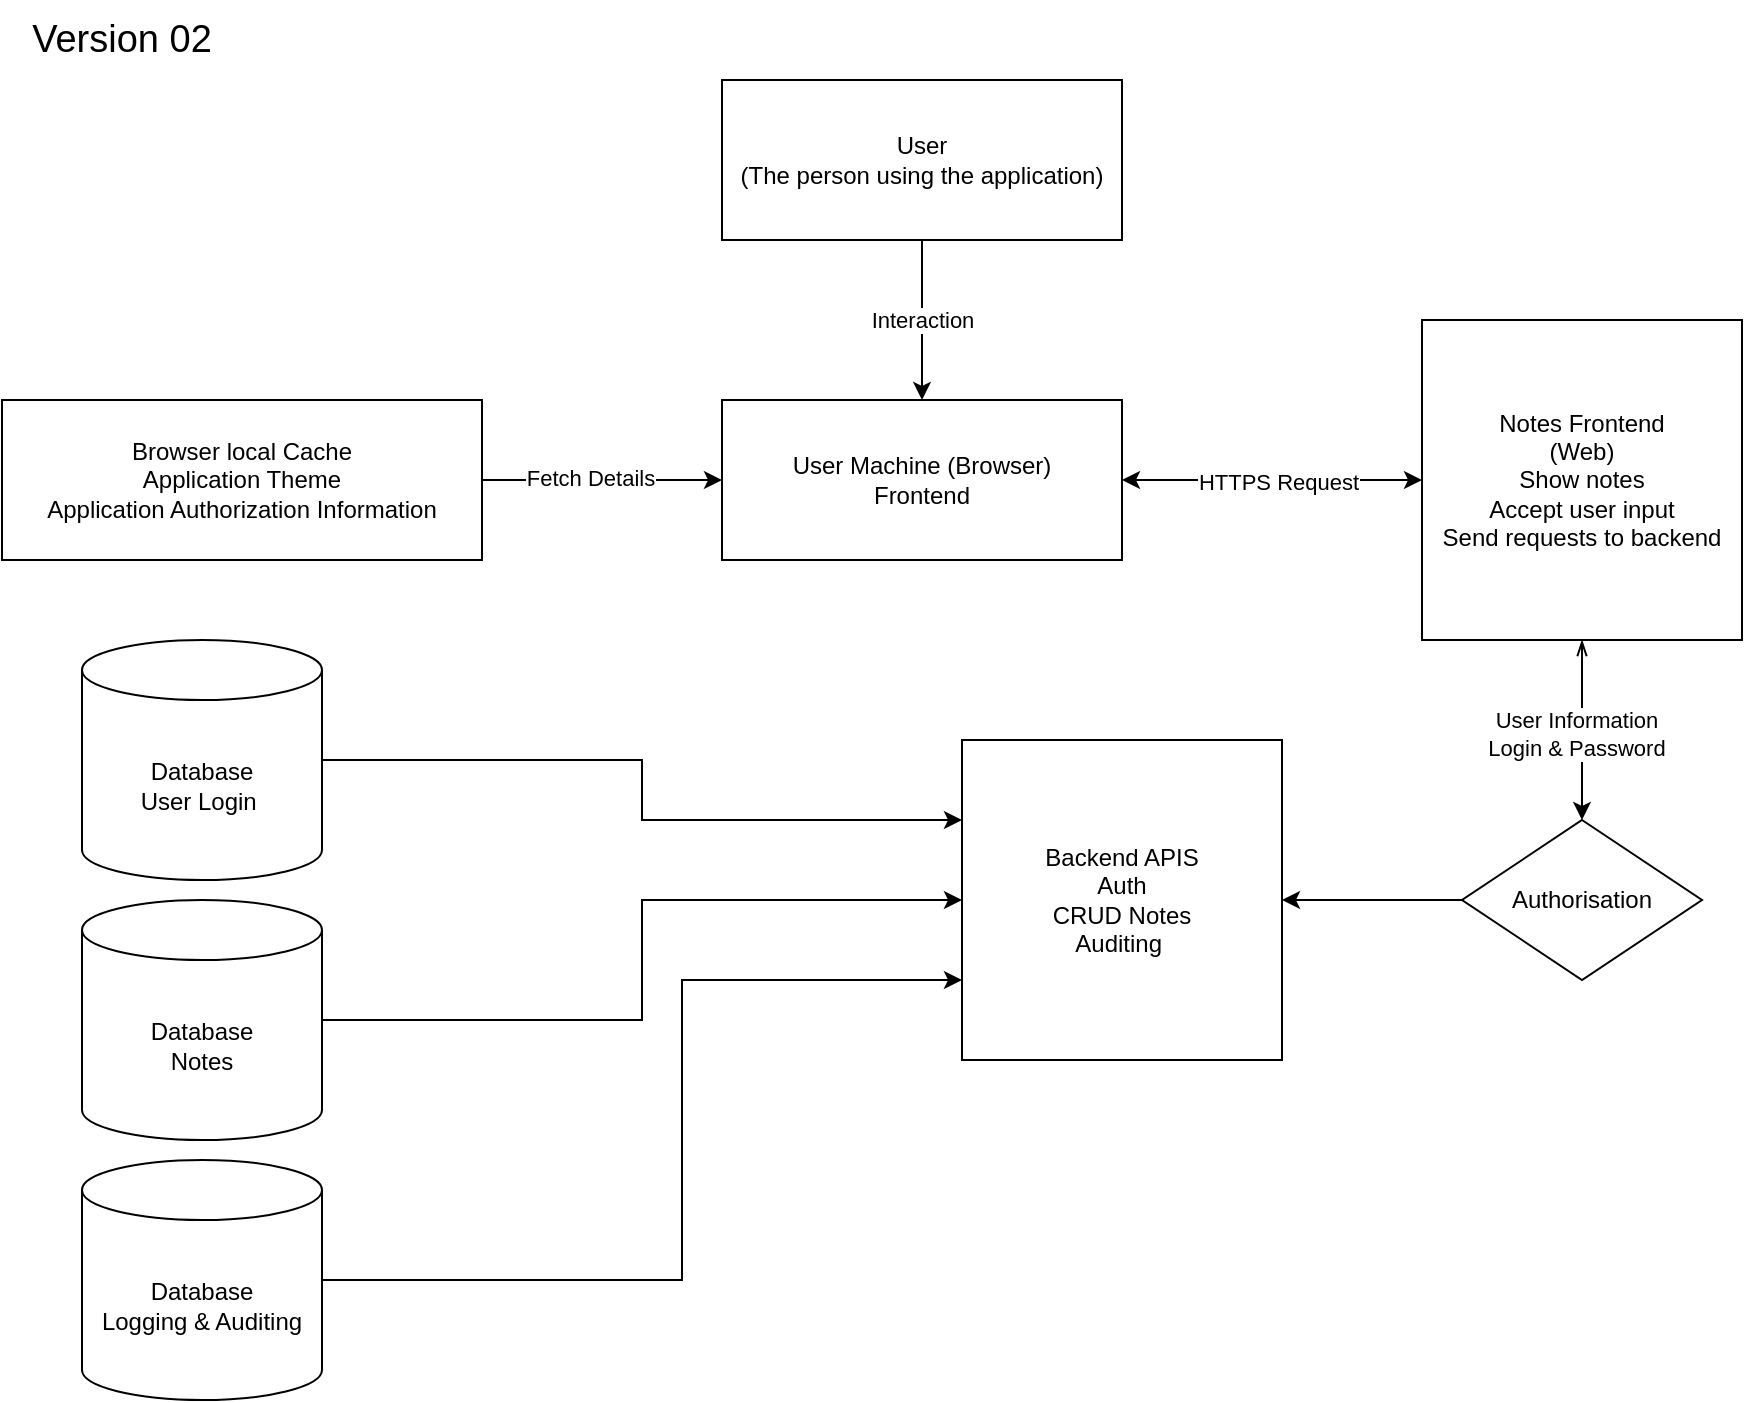
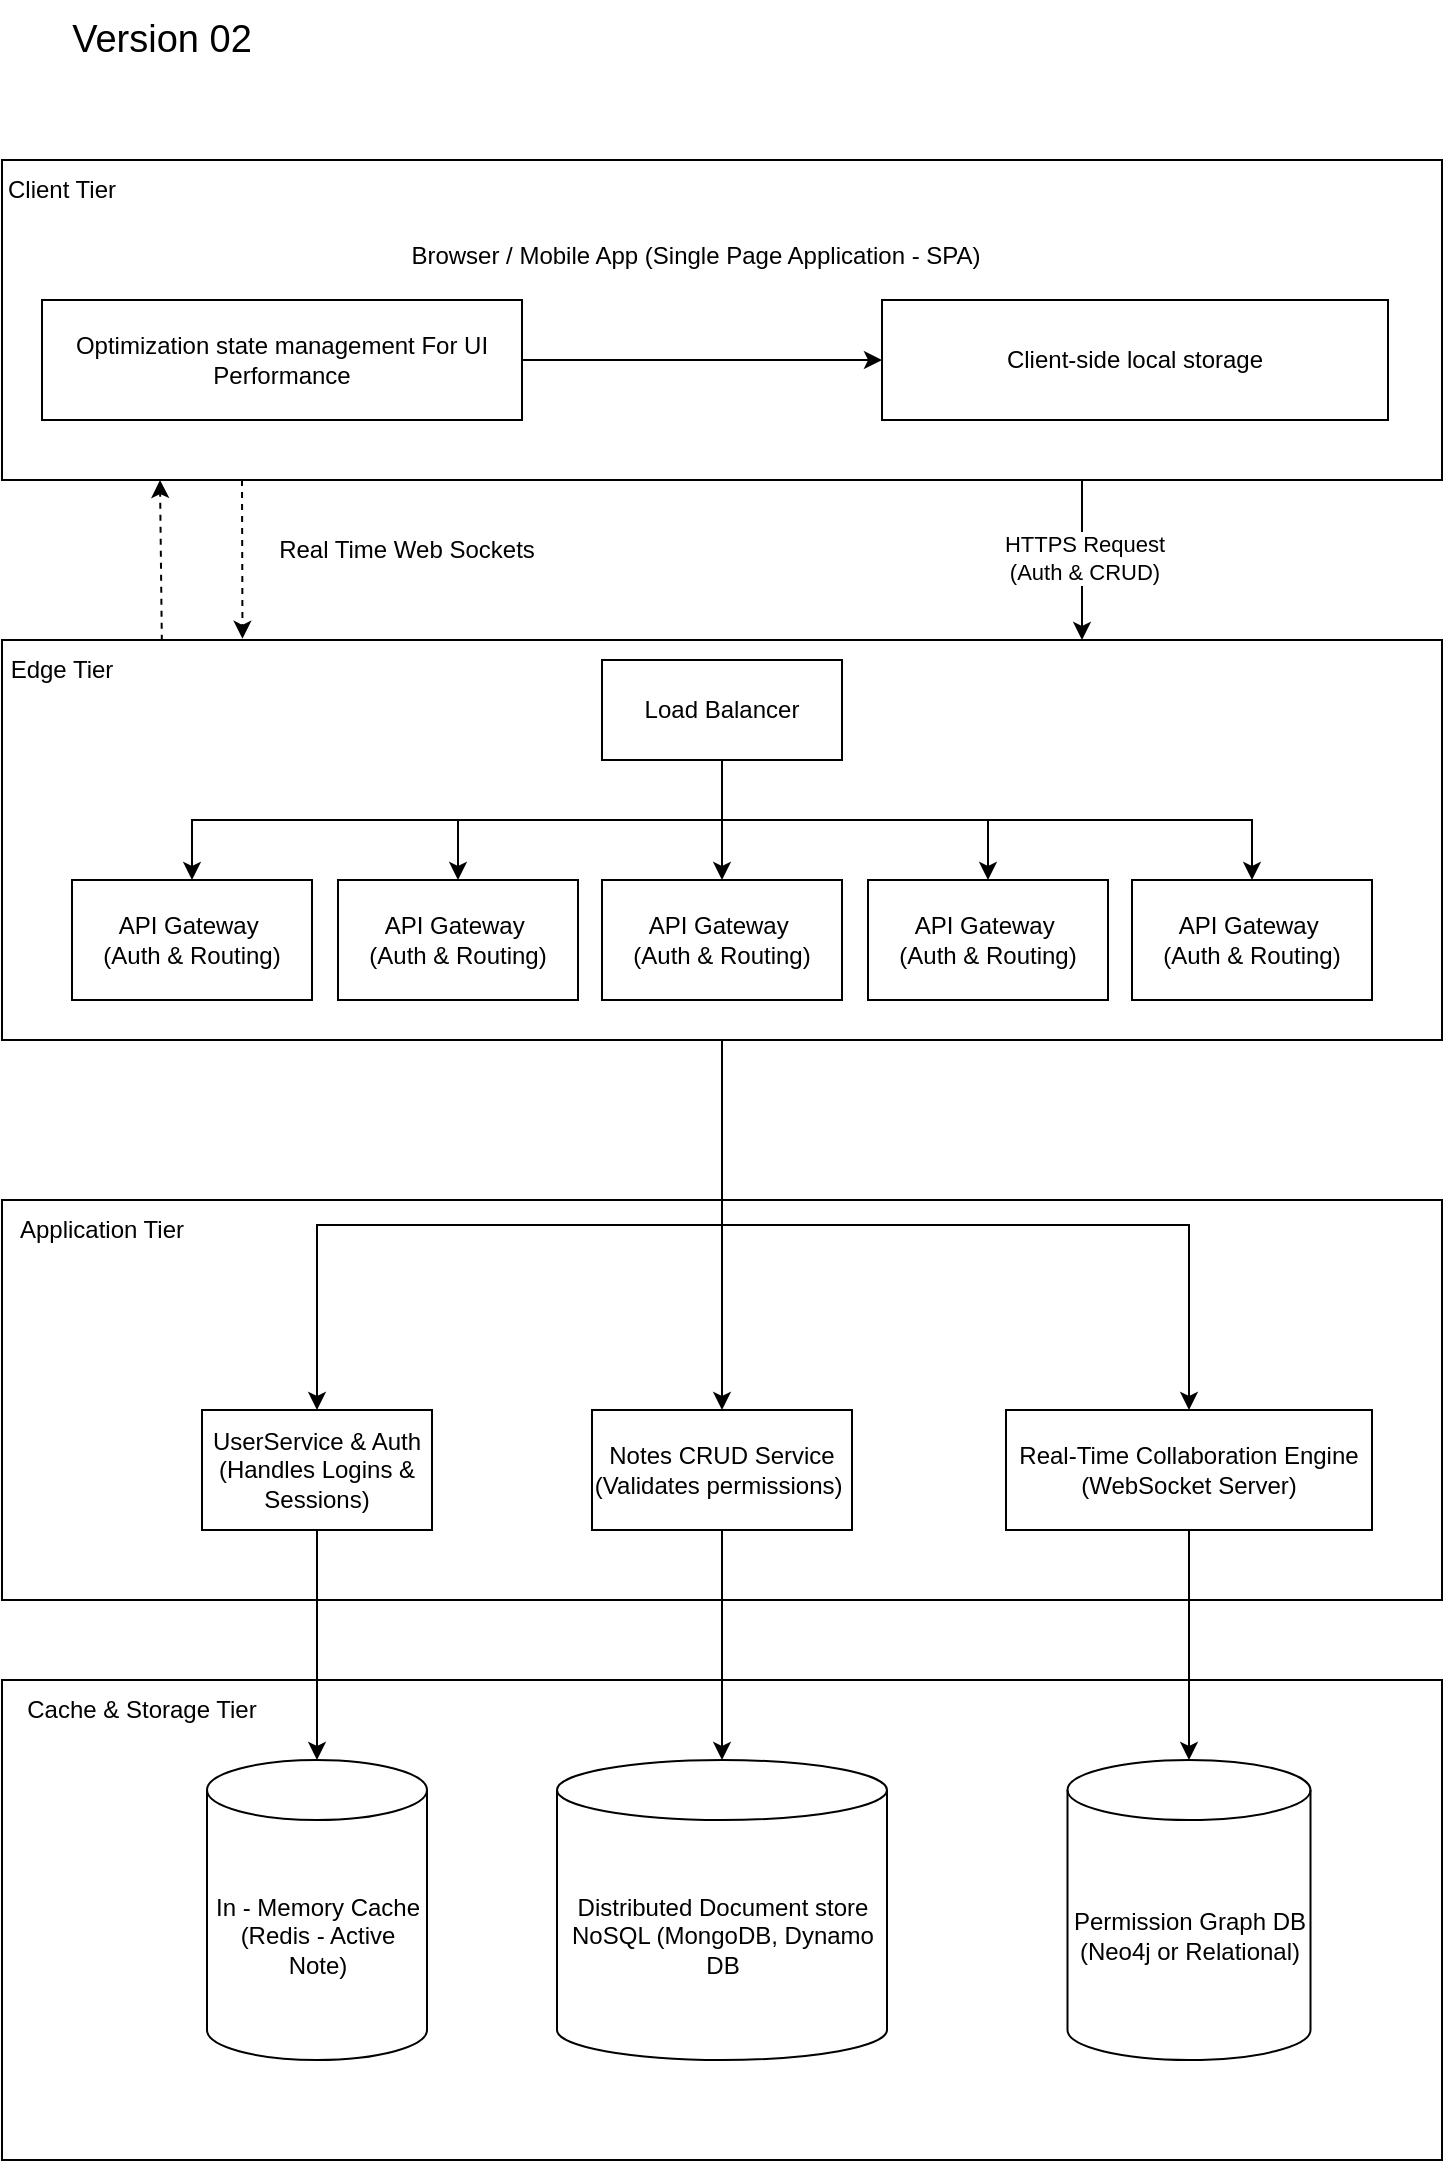
<mxfile host="app.diagrams.net">
  <diagram name="Page-1" id="eH7A5uFUdevFW9T4GL6N">
-     <mxGraphModel dx="2298" dy="1972" grid="1" gridSize="10" guides="1" tooltips="1" connect="1" arrows="1" fold="1" page="1" pageScale="1" pageWidth="827" pageHeight="1169" math="0" shadow="0">
+     <mxGraphModel dx="1911" dy="1766" grid="1" gridSize="10" guides="1" tooltips="1" connect="1" arrows="1" fold="1" page="1" pageScale="1" pageWidth="827" pageHeight="1169" math="0" shadow="0">
      <root>
        <mxCell id="0" />
        <mxCell id="1" parent="0" />
-         <mxCell id="0WJ-O-NK48m0enTMuQhX-1" parent="1" style="rounded=0;whiteSpace=wrap;html=1;" value="User&lt;br&gt;(The person using the application)" vertex="1">
-           <mxGeometry height="80" width="200" x="280" y="-120" as="geometry" />
+         <mxCell id="0WJ-O-NK48m0enTMuQhX-74" parent="1" style="rounded=0;whiteSpace=wrap;html=1;" value="" vertex="1">
+           <mxGeometry height="200" width="720" x="-760" y="-520" as="geometry" />
        </mxCell>
-         <mxCell id="0WJ-O-NK48m0enTMuQhX-32" edge="1" parent="1" source="0WJ-O-NK48m0enTMuQhX-2" style="edgeStyle=orthogonalEdgeStyle;rounded=0;orthogonalLoop=1;jettySize=auto;html=1;entryX=1;entryY=0.5;entryDx=0;entryDy=0;startArrow=classic;startFill=1;" target="0WJ-O-NK48m0enTMuQhX-15">
+         <mxCell id="0WJ-O-NK48m0enTMuQhX-100" edge="1" parent="1" source="0WJ-O-NK48m0enTMuQhX-67" style="edgeStyle=orthogonalEdgeStyle;rounded=0;orthogonalLoop=1;jettySize=auto;html=1;exitX=0.75;exitY=1;exitDx=0;exitDy=0;entryX=0.75;entryY=0;entryDx=0;entryDy=0;" target="0WJ-O-NK48m0enTMuQhX-69">
          <mxGeometry relative="1" as="geometry" />
        </mxCell>
-         <mxCell id="0WJ-O-NK48m0enTMuQhX-33" connectable="0" parent="0WJ-O-NK48m0enTMuQhX-32" style="edgeLabel;html=1;align=center;verticalAlign=middle;resizable=0;points=[];" value="HTTPS Request" vertex="1">
-           <mxGeometry relative="1" x="-0.0427" y="1" as="geometry">
+         <mxCell id="0WJ-O-NK48m0enTMuQhX-101" connectable="0" parent="0WJ-O-NK48m0enTMuQhX-100" style="edgeLabel;html=1;align=center;verticalAlign=middle;resizable=0;points=[];" value="HTTPS R&lt;span style=&quot;background-color: light-dark(#ffffff, var(--ge-dark-color, #121212)); color: light-dark(rgb(0, 0, 0), rgb(255, 255, 255));&quot;&gt;equest&lt;/span&gt;&lt;div&gt;&lt;span style=&quot;background-color: light-dark(#ffffff, var(--ge-dark-color, #121212)); color: light-dark(rgb(0, 0, 0), rgb(255, 255, 255));&quot;&gt;(Auth &amp;amp; CRUD)&lt;/span&gt;&lt;/div&gt;" vertex="1">
+           <mxGeometry relative="1" x="-0.0197" y="1" as="geometry">
            <mxPoint as="offset" />
          </mxGeometry>
        </mxCell>
-         <mxCell id="0WJ-O-NK48m0enTMuQhX-43" edge="1" parent="1" source="0WJ-O-NK48m0enTMuQhX-2" style="edgeStyle=orthogonalEdgeStyle;rounded=0;orthogonalLoop=1;jettySize=auto;html=1;exitX=0.5;exitY=1;exitDx=0;exitDy=0;entryX=0.5;entryY=0;entryDx=0;entryDy=0;startArrow=openThin;startFill=0;" target="0WJ-O-NK48m0enTMuQhX-24">
+         <mxCell id="0WJ-O-NK48m0enTMuQhX-67" parent="1" style="rounded=0;whiteSpace=wrap;html=1;" value="" vertex="1">
+           <mxGeometry height="160" width="720" x="-760" y="-1040" as="geometry" />
+         </mxCell>
+         <mxCell id="0WJ-O-NK48m0enTMuQhX-5" parent="1" style="text;html=1;whiteSpace=wrap;strokeColor=none;fillColor=none;align=center;verticalAlign=middle;rounded=0;" value="&lt;font style=&quot;font-size: 19px;&quot;&gt;Version 02&lt;/font&gt;" vertex="1">
+           <mxGeometry height="40" width="160" x="-760" y="-1120" as="geometry" />
+         </mxCell>
+         <mxCell id="0WJ-O-NK48m0enTMuQhX-68" parent="1" style="text;html=1;whiteSpace=wrap;strokeColor=none;fillColor=none;align=center;verticalAlign=middle;rounded=0;" value="Client Tier" vertex="1">
+           <mxGeometry height="30" width="60" x="-760" y="-1040" as="geometry" />
+         </mxCell>
+         <mxCell id="8HW9Jj2ofqtLdbyaAA0M-7" edge="1" parent="1" source="0WJ-O-NK48m0enTMuQhX-69" style="edgeStyle=orthogonalEdgeStyle;rounded=0;orthogonalLoop=1;jettySize=auto;html=1;exitX=0.5;exitY=1;exitDx=0;exitDy=0;entryX=0.5;entryY=0;entryDx=0;entryDy=0;" target="8HW9Jj2ofqtLdbyaAA0M-5">
          <mxGeometry relative="1" as="geometry" />
        </mxCell>
-         <mxCell id="0WJ-O-NK48m0enTMuQhX-44" connectable="0" parent="0WJ-O-NK48m0enTMuQhX-43" style="edgeLabel;html=1;align=center;verticalAlign=middle;resizable=0;points=[];" value="User Information&lt;div&gt;Login &amp;amp; Password&lt;/div&gt;" vertex="1">
-           <mxGeometry relative="1" x="0.045" y="-3" as="geometry">
-             <mxPoint as="offset" />
+         <mxCell id="8HW9Jj2ofqtLdbyaAA0M-8" edge="1" parent="1" source="0WJ-O-NK48m0enTMuQhX-69" style="edgeStyle=orthogonalEdgeStyle;rounded=0;orthogonalLoop=1;jettySize=auto;html=1;exitX=0.5;exitY=1;exitDx=0;exitDy=0;entryX=0.5;entryY=0;entryDx=0;entryDy=0;" target="8HW9Jj2ofqtLdbyaAA0M-1">
+           <mxGeometry relative="1" as="geometry" />
+         </mxCell>
+         <mxCell id="8HW9Jj2ofqtLdbyaAA0M-9" edge="1" parent="1" source="0WJ-O-NK48m0enTMuQhX-69" style="edgeStyle=orthogonalEdgeStyle;rounded=0;orthogonalLoop=1;jettySize=auto;html=1;exitX=0.5;exitY=1;exitDx=0;exitDy=0;entryX=0.5;entryY=0;entryDx=0;entryDy=0;" target="8HW9Jj2ofqtLdbyaAA0M-2">
+           <mxGeometry relative="1" as="geometry" />
+         </mxCell>
+         <mxCell id="0WJ-O-NK48m0enTMuQhX-69" parent="1" style="rounded=0;whiteSpace=wrap;html=1;" value="" vertex="1">
+           <mxGeometry height="200" width="720" x="-760" y="-800" as="geometry" />
+         </mxCell>
+         <mxCell id="0WJ-O-NK48m0enTMuQhX-71" parent="1" style="text;html=1;whiteSpace=wrap;strokeColor=none;fillColor=none;align=center;verticalAlign=middle;rounded=0;" value="Edge Tier" vertex="1">
+           <mxGeometry height="30" width="60" x="-760" y="-800" as="geometry" />
+         </mxCell>
+         <mxCell id="0WJ-O-NK48m0enTMuQhX-75" parent="1" style="text;html=1;whiteSpace=wrap;strokeColor=none;fillColor=none;align=center;verticalAlign=middle;rounded=0;" value="Application Tier" vertex="1">
+           <mxGeometry height="30" width="100" x="-760" y="-520" as="geometry" />
+         </mxCell>
+         <mxCell id="0WJ-O-NK48m0enTMuQhX-76" parent="1" style="rounded=0;whiteSpace=wrap;html=1;" value="" vertex="1">
+           <mxGeometry height="240" width="720" x="-760" y="-280" as="geometry" />
+         </mxCell>
+         <mxCell id="0WJ-O-NK48m0enTMuQhX-77" parent="1" style="text;html=1;whiteSpace=wrap;strokeColor=none;fillColor=none;align=center;verticalAlign=middle;rounded=0;" value="Cache &amp;amp; Storage Tier" vertex="1">
+           <mxGeometry height="30" width="140" x="-760" y="-280" as="geometry" />
+         </mxCell>
+         <mxCell id="0WJ-O-NK48m0enTMuQhX-78" parent="1" style="text;html=1;whiteSpace=wrap;strokeColor=none;fillColor=none;align=center;verticalAlign=middle;rounded=0;" value="&#xa;Browser / Mobile App (Single Page Application - SPA)&#xa;&#xa;" vertex="1">
+           <mxGeometry height="30" width="300" x="-563" y="-1000" as="geometry" />
+         </mxCell>
+         <mxCell id="0WJ-O-NK48m0enTMuQhX-82" edge="1" parent="1" source="0WJ-O-NK48m0enTMuQhX-79" style="edgeStyle=orthogonalEdgeStyle;rounded=0;orthogonalLoop=1;jettySize=auto;html=1;exitX=1;exitY=0.5;exitDx=0;exitDy=0;entryX=0;entryY=0.5;entryDx=0;entryDy=0;" target="0WJ-O-NK48m0enTMuQhX-80">
+           <mxGeometry relative="1" as="geometry" />
+         </mxCell>
+         <mxCell id="0WJ-O-NK48m0enTMuQhX-79" parent="1" style="rounded=0;whiteSpace=wrap;html=1;" value="Optimization state management For UI Performance" vertex="1">
+           <mxGeometry height="60" width="240" x="-740" y="-970" as="geometry" />
+         </mxCell>
+         <mxCell id="0WJ-O-NK48m0enTMuQhX-80" parent="1" style="rounded=0;whiteSpace=wrap;html=1;" value="Client-side local storage" vertex="1">
+           <mxGeometry height="60" width="253" x="-320" y="-970" as="geometry" />
+         </mxCell>
+         <mxCell id="0WJ-O-NK48m0enTMuQhX-85" edge="1" parent="1" source="0WJ-O-NK48m0enTMuQhX-69" style="endArrow=classic;html=1;rounded=0;exitX=0.111;exitY=0.002;exitDx=0;exitDy=0;exitPerimeter=0;dashed=1;" value="">
+           <mxGeometry height="50" relative="1" width="50" as="geometry">
+             <mxPoint x="-681" y="-800" as="sourcePoint" />
+             <mxPoint x="-681" y="-880" as="targetPoint" />
          </mxGeometry>
        </mxCell>
-         <mxCell id="0WJ-O-NK48m0enTMuQhX-2" parent="1" style="rounded=0;whiteSpace=wrap;html=1;" value="Notes Frontend&lt;div&gt;(Web)&lt;/div&gt;&lt;div&gt;&lt;div&gt;Show notes&lt;/div&gt;&lt;div&gt;Accept user input&lt;/div&gt;&lt;div&gt;Send requests to backend&lt;/div&gt;&lt;/div&gt;" vertex="1">
-           <mxGeometry height="160" width="160" x="630" as="geometry" />
-         </mxCell>
-         <mxCell id="0WJ-O-NK48m0enTMuQhX-5" parent="1" style="text;html=1;whiteSpace=wrap;strokeColor=none;fillColor=none;align=center;verticalAlign=middle;rounded=0;" value="&lt;font style=&quot;font-size: 19px;&quot;&gt;Version 02&lt;/font&gt;" vertex="1">
-           <mxGeometry height="40" width="120" x="-80" y="-160" as="geometry" />
-         </mxCell>
-         <mxCell id="0WJ-O-NK48m0enTMuQhX-15" parent="1" style="rounded=0;whiteSpace=wrap;html=1;" value="User Machine (Browser)&lt;div&gt;Frontend&lt;/div&gt;" vertex="1">
-           <mxGeometry height="80" width="200" x="280" y="40" as="geometry" />
-         </mxCell>
-         <mxCell id="0WJ-O-NK48m0enTMuQhX-20" edge="1" parent="1" source="0WJ-O-NK48m0enTMuQhX-1" style="endArrow=classic;html=1;rounded=0;exitX=0.5;exitY=1;exitDx=0;exitDy=0;entryX=0.5;entryY=0;entryDx=0;entryDy=0;" target="0WJ-O-NK48m0enTMuQhX-15" value="">
+         <mxCell id="0WJ-O-NK48m0enTMuQhX-86" edge="1" parent="1" style="endArrow=classic;html=1;rounded=0;entryX=0.167;entryY=-0.003;entryDx=0;entryDy=0;entryPerimeter=0;dashed=1;" target="0WJ-O-NK48m0enTMuQhX-69" value="">
          <mxGeometry height="50" relative="1" width="50" as="geometry">
-             <mxPoint x="210" y="40" as="sourcePoint" />
-             <mxPoint x="250" y="-10" as="targetPoint" />
+             <mxPoint x="-640" y="-880" as="sourcePoint" />
+             <mxPoint x="-640" y="-800" as="targetPoint" />
          </mxGeometry>
        </mxCell>
-         <mxCell id="0WJ-O-NK48m0enTMuQhX-22" connectable="0" parent="0WJ-O-NK48m0enTMuQhX-20" style="edgeLabel;html=1;align=center;verticalAlign=middle;resizable=0;points=[];" value="Interaction" vertex="1">
-           <mxGeometry relative="1" as="geometry">
-             <mxPoint as="offset" />
-           </mxGeometry>
-         </mxCell>
-         <mxCell id="0WJ-O-NK48m0enTMuQhX-58" edge="1" parent="1" source="0WJ-O-NK48m0enTMuQhX-24" style="edgeStyle=orthogonalEdgeStyle;rounded=0;orthogonalLoop=1;jettySize=auto;html=1;exitX=0;exitY=0.5;exitDx=0;exitDy=0;entryX=1;entryY=0.5;entryDx=0;entryDy=0;" target="0WJ-O-NK48m0enTMuQhX-57">
+         <mxCell id="0WJ-O-NK48m0enTMuQhX-94" edge="1" parent="1" source="0WJ-O-NK48m0enTMuQhX-88" style="edgeStyle=orthogonalEdgeStyle;rounded=0;orthogonalLoop=1;jettySize=auto;html=1;exitX=0.5;exitY=1;exitDx=0;exitDy=0;entryX=0.5;entryY=0;entryDx=0;entryDy=0;" target="0WJ-O-NK48m0enTMuQhX-89">
          <mxGeometry relative="1" as="geometry" />
        </mxCell>
-         <mxCell id="0WJ-O-NK48m0enTMuQhX-24" parent="1" style="rhombus;whiteSpace=wrap;html=1;" value="Authorisation" vertex="1">
-           <mxGeometry height="80" width="120" x="650" y="250" as="geometry" />
-         </mxCell>
-         <mxCell id="0WJ-O-NK48m0enTMuQhX-25" parent="1" style="rounded=0;whiteSpace=wrap;html=1;" value="Browser local Cache&lt;div&gt;Application Theme&lt;/div&gt;&lt;div&gt;Application Authorization Information&lt;/div&gt;" vertex="1">
-           <mxGeometry height="80" width="240" x="-80" y="40" as="geometry" />
-         </mxCell>
-         <mxCell id="0WJ-O-NK48m0enTMuQhX-41" edge="1" parent="1" source="0WJ-O-NK48m0enTMuQhX-25" style="endArrow=classic;html=1;rounded=0;exitX=1;exitY=0.5;exitDx=0;exitDy=0;entryX=0;entryY=0.5;entryDx=0;entryDy=0;" target="0WJ-O-NK48m0enTMuQhX-15" value="">
-           <mxGeometry height="50" relative="1" width="50" as="geometry">
-             <mxPoint x="400" y="160" as="sourcePoint" />
-             <mxPoint x="450" y="110" as="targetPoint" />
-           </mxGeometry>
-         </mxCell>
-         <mxCell id="0WJ-O-NK48m0enTMuQhX-42" connectable="0" parent="0WJ-O-NK48m0enTMuQhX-41" style="edgeLabel;html=1;align=center;verticalAlign=middle;resizable=0;points=[];" value="Fetch Details" vertex="1">
-           <mxGeometry relative="1" x="-0.0967" y="1" as="geometry">
-             <mxPoint as="offset" />
-           </mxGeometry>
-         </mxCell>
-         <mxCell id="0WJ-O-NK48m0enTMuQhX-65" edge="1" parent="1" source="0WJ-O-NK48m0enTMuQhX-45" style="edgeStyle=orthogonalEdgeStyle;rounded=0;orthogonalLoop=1;jettySize=auto;html=1;exitX=1;exitY=0.5;exitDx=0;exitDy=0;exitPerimeter=0;entryX=0;entryY=0.25;entryDx=0;entryDy=0;" target="0WJ-O-NK48m0enTMuQhX-57">
+         <mxCell id="0WJ-O-NK48m0enTMuQhX-95" edge="1" parent="1" source="0WJ-O-NK48m0enTMuQhX-88" style="edgeStyle=orthogonalEdgeStyle;rounded=0;orthogonalLoop=1;jettySize=auto;html=1;exitX=0.5;exitY=1;exitDx=0;exitDy=0;entryX=0.5;entryY=0;entryDx=0;entryDy=0;" target="0WJ-O-NK48m0enTMuQhX-90">
          <mxGeometry relative="1" as="geometry" />
        </mxCell>
-         <mxCell id="0WJ-O-NK48m0enTMuQhX-45" parent="1" style="shape=cylinder3;whiteSpace=wrap;html=1;boundedLbl=1;backgroundOutline=1;size=15;" value="Database&lt;br&gt;User Login&amp;nbsp;" vertex="1">
-           <mxGeometry height="120" width="120" x="-40" y="160" as="geometry" />
-         </mxCell>
-         <mxCell id="0WJ-O-NK48m0enTMuQhX-64" edge="1" parent="1" source="0WJ-O-NK48m0enTMuQhX-53" style="edgeStyle=orthogonalEdgeStyle;rounded=0;orthogonalLoop=1;jettySize=auto;html=1;exitX=1;exitY=0.5;exitDx=0;exitDy=0;exitPerimeter=0;entryX=0;entryY=0.5;entryDx=0;entryDy=0;" target="0WJ-O-NK48m0enTMuQhX-57">
+         <mxCell id="0WJ-O-NK48m0enTMuQhX-96" edge="1" parent="1" source="0WJ-O-NK48m0enTMuQhX-88" style="edgeStyle=orthogonalEdgeStyle;rounded=0;orthogonalLoop=1;jettySize=auto;html=1;exitX=0.5;exitY=1;exitDx=0;exitDy=0;entryX=0.5;entryY=0;entryDx=0;entryDy=0;" target="0WJ-O-NK48m0enTMuQhX-91">
          <mxGeometry relative="1" as="geometry" />
        </mxCell>
-         <mxCell id="0WJ-O-NK48m0enTMuQhX-53" parent="1" style="shape=cylinder3;whiteSpace=wrap;html=1;boundedLbl=1;backgroundOutline=1;size=15;" value="Database&lt;div&gt;Notes&lt;/div&gt;" vertex="1">
-           <mxGeometry height="120" width="120" x="-40" y="290" as="geometry" />
+         <mxCell id="0WJ-O-NK48m0enTMuQhX-97" edge="1" parent="1" source="0WJ-O-NK48m0enTMuQhX-88" style="edgeStyle=orthogonalEdgeStyle;rounded=0;orthogonalLoop=1;jettySize=auto;html=1;exitX=0.5;exitY=1;exitDx=0;exitDy=0;" target="0WJ-O-NK48m0enTMuQhX-92">
+           <mxGeometry relative="1" as="geometry" />
        </mxCell>
-         <mxCell id="0WJ-O-NK48m0enTMuQhX-60" edge="1" parent="1" source="0WJ-O-NK48m0enTMuQhX-55" style="edgeStyle=orthogonalEdgeStyle;rounded=0;orthogonalLoop=1;jettySize=auto;html=1;exitX=1;exitY=0.5;exitDx=0;exitDy=0;exitPerimeter=0;entryX=0;entryY=0.75;entryDx=0;entryDy=0;" target="0WJ-O-NK48m0enTMuQhX-57">
-           <mxGeometry relative="1" as="geometry">
-             <Array as="points">
-               <mxPoint x="260" y="480" />
-               <mxPoint x="260" y="330" />
-             </Array>
-           </mxGeometry>
+         <mxCell id="0WJ-O-NK48m0enTMuQhX-98" edge="1" parent="1" source="0WJ-O-NK48m0enTMuQhX-88" style="edgeStyle=orthogonalEdgeStyle;rounded=0;orthogonalLoop=1;jettySize=auto;html=1;exitX=0.5;exitY=1;exitDx=0;exitDy=0;" target="0WJ-O-NK48m0enTMuQhX-93">
+           <mxGeometry relative="1" as="geometry" />
        </mxCell>
-         <mxCell id="0WJ-O-NK48m0enTMuQhX-55" parent="1" style="shape=cylinder3;whiteSpace=wrap;html=1;boundedLbl=1;backgroundOutline=1;size=15;" value="Database&lt;div&gt;Logging &amp;amp; Auditing&lt;/div&gt;" vertex="1">
-           <mxGeometry height="120" width="120" x="-40" y="420" as="geometry" />
+         <mxCell id="0WJ-O-NK48m0enTMuQhX-88" parent="1" style="rounded=0;whiteSpace=wrap;html=1;" value="Load Balancer" vertex="1">
+           <mxGeometry height="50" width="120" x="-460" y="-790" as="geometry" />
        </mxCell>
-         <mxCell id="0WJ-O-NK48m0enTMuQhX-57" parent="1" style="rounded=0;whiteSpace=wrap;html=1;" value="Backend APIS&lt;div&gt;Auth&lt;/div&gt;&lt;div&gt;CRUD Notes&lt;/div&gt;&lt;div&gt;Auditing&amp;nbsp;&lt;/div&gt;" vertex="1">
-           <mxGeometry height="160" width="160" x="400" y="210" as="geometry" />
+         <mxCell id="0WJ-O-NK48m0enTMuQhX-89" parent="1" style="rounded=0;whiteSpace=wrap;html=1;" value="API Gateway&amp;nbsp;&lt;div&gt;(Auth &amp;amp; Routing)&lt;/div&gt;" vertex="1">
+           <mxGeometry height="60" width="120" x="-725" y="-680" as="geometry" />
+         </mxCell>
+         <mxCell id="0WJ-O-NK48m0enTMuQhX-90" parent="1" style="rounded=0;whiteSpace=wrap;html=1;" value="API Gateway&amp;nbsp;&lt;div&gt;(Auth &amp;amp; Routing)&lt;/div&gt;" vertex="1">
+           <mxGeometry height="60" width="120" x="-592" y="-680" as="geometry" />
+         </mxCell>
+         <mxCell id="0WJ-O-NK48m0enTMuQhX-91" parent="1" style="rounded=0;whiteSpace=wrap;html=1;" value="API Gateway&amp;nbsp;&lt;div&gt;(Auth &amp;amp; Routing)&lt;/div&gt;" vertex="1">
+           <mxGeometry height="60" width="120" x="-460" y="-680" as="geometry" />
+         </mxCell>
+         <mxCell id="0WJ-O-NK48m0enTMuQhX-92" parent="1" style="rounded=0;whiteSpace=wrap;html=1;" value="API Gateway&amp;nbsp;&lt;div&gt;(Auth &amp;amp; Routing)&lt;/div&gt;" vertex="1">
+           <mxGeometry height="60" width="120" x="-327" y="-680" as="geometry" />
+         </mxCell>
+         <mxCell id="0WJ-O-NK48m0enTMuQhX-93" parent="1" style="rounded=0;whiteSpace=wrap;html=1;" value="API Gateway&amp;nbsp;&lt;div&gt;(Auth &amp;amp; Routing)&lt;/div&gt;" vertex="1">
+           <mxGeometry height="60" width="120" x="-195" y="-680" as="geometry" />
+         </mxCell>
+         <mxCell id="0WJ-O-NK48m0enTMuQhX-99" parent="1" style="text;html=1;whiteSpace=wrap;strokeColor=none;fillColor=none;align=center;verticalAlign=middle;rounded=0;" value="Real Time Web Sockets" vertex="1">
+           <mxGeometry height="30" width="165" x="-640" y="-860" as="geometry" />
+         </mxCell>
+         <mxCell id="8HW9Jj2ofqtLdbyaAA0M-1" parent="1" style="rounded=0;whiteSpace=wrap;html=1;" value="Notes CRUD Service&lt;div&gt;(Validates permissions)&amp;nbsp;&lt;/div&gt;" vertex="1">
+           <mxGeometry height="60" width="130" x="-465" y="-415" as="geometry" />
+         </mxCell>
+         <mxCell id="8HW9Jj2ofqtLdbyaAA0M-2" parent="1" style="rounded=0;whiteSpace=wrap;html=1;" value="Real-Time Collaboration&amp;nbsp;Engine (WebSocket Server)" vertex="1">
+           <mxGeometry height="60" width="183" x="-258" y="-415" as="geometry" />
+         </mxCell>
+         <mxCell id="8HW9Jj2ofqtLdbyaAA0M-15" edge="1" parent="1" source="8HW9Jj2ofqtLdbyaAA0M-5" style="edgeStyle=orthogonalEdgeStyle;rounded=0;orthogonalLoop=1;jettySize=auto;html=1;exitX=0.5;exitY=1;exitDx=0;exitDy=0;" target="8HW9Jj2ofqtLdbyaAA0M-12">
+           <mxGeometry relative="1" as="geometry" />
+         </mxCell>
+         <mxCell id="8HW9Jj2ofqtLdbyaAA0M-5" parent="1" style="rounded=0;whiteSpace=wrap;html=1;" value="UserService &amp;amp; Auth&lt;div&gt;(Handles Logins &amp;amp; Sessions)&lt;/div&gt;" vertex="1">
+           <mxGeometry height="60" width="115" x="-660" y="-415" as="geometry" />
+         </mxCell>
+         <mxCell id="8HW9Jj2ofqtLdbyaAA0M-12" parent="1" style="shape=cylinder3;whiteSpace=wrap;html=1;boundedLbl=1;backgroundOutline=1;size=15;" value="In - Memory Cache&lt;div&gt;(Redis - Active Note)&lt;/div&gt;" vertex="1">
+           <mxGeometry height="150" width="110" x="-657.5" y="-240" as="geometry" />
+         </mxCell>
+         <mxCell id="8HW9Jj2ofqtLdbyaAA0M-13" parent="1" style="shape=cylinder3;whiteSpace=wrap;html=1;boundedLbl=1;backgroundOutline=1;size=15;" value="Distributed Document store&lt;div&gt;NoSQL (MongoDB, Dynamo DB&lt;/div&gt;" vertex="1">
+           <mxGeometry height="150" width="165" x="-482.5" y="-240" as="geometry" />
+         </mxCell>
+         <mxCell id="8HW9Jj2ofqtLdbyaAA0M-14" parent="1" style="shape=cylinder3;whiteSpace=wrap;html=1;boundedLbl=1;backgroundOutline=1;size=15;" value="Permission Graph DB&lt;div&gt;(Neo4j or Relational)&lt;/div&gt;" vertex="1">
+           <mxGeometry height="150" width="121.5" x="-227.25" y="-240" as="geometry" />
+         </mxCell>
+         <mxCell id="8HW9Jj2ofqtLdbyaAA0M-16" edge="1" parent="1" source="8HW9Jj2ofqtLdbyaAA0M-1" style="edgeStyle=orthogonalEdgeStyle;rounded=0;orthogonalLoop=1;jettySize=auto;html=1;exitX=0.5;exitY=1;exitDx=0;exitDy=0;entryX=0.5;entryY=0;entryDx=0;entryDy=0;entryPerimeter=0;" target="8HW9Jj2ofqtLdbyaAA0M-13">
+           <mxGeometry relative="1" as="geometry" />
+         </mxCell>
+         <mxCell id="8HW9Jj2ofqtLdbyaAA0M-17" edge="1" parent="1" source="8HW9Jj2ofqtLdbyaAA0M-2" style="edgeStyle=orthogonalEdgeStyle;rounded=0;orthogonalLoop=1;jettySize=auto;html=1;exitX=0.5;exitY=1;exitDx=0;exitDy=0;entryX=0.5;entryY=0;entryDx=0;entryDy=0;entryPerimeter=0;" target="8HW9Jj2ofqtLdbyaAA0M-14">
+           <mxGeometry relative="1" as="geometry" />
        </mxCell>
      </root>
    </mxGraphModel>
  </diagram>
</mxfile>
